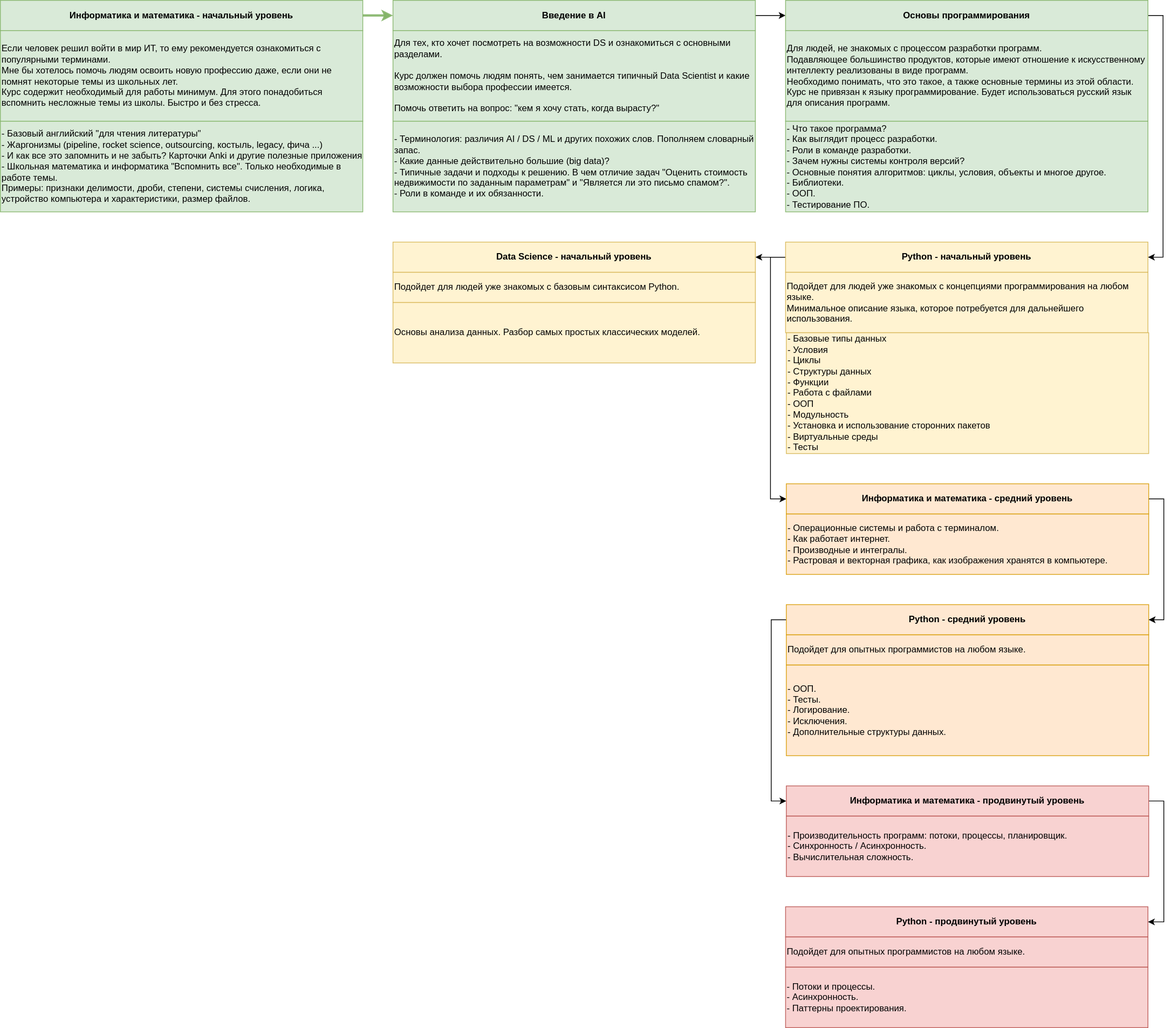
Before: courses.drawio.svg, a diagram exported from draw.io (ryndovaira-org/data_science_lectures). Source tidied: cells renumbered, new cells last; positions are measured from the earlier drawing's top-left corner, leaving out a move shared by most shapes.
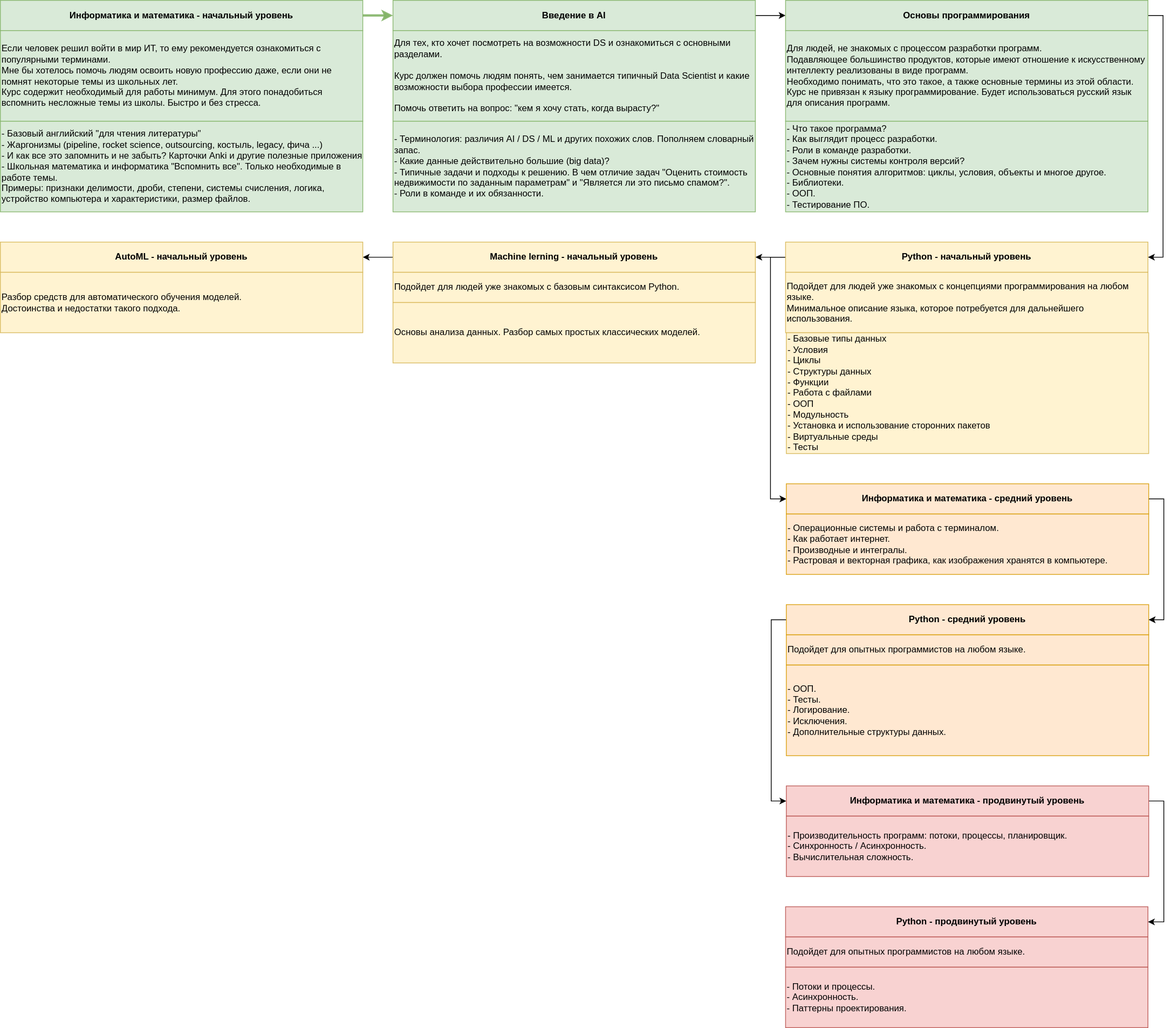
After the commit.

The edit, as a diff of the source:
```diff
@@ -83,7 +83,10 @@
     <mxCell id="28" value="- Потоки и процессы.&lt;br style=&quot;border-color: var(--border-color);&quot;&gt;- Асинхронность.&lt;br&gt;- Паттерны проектирования." style="rounded=0;whiteSpace=wrap;html=1;fillColor=#f8cecc;align=left;strokeColor=#b85450;opacity=90;" parent="1" vertex="1">
       <mxGeometry x="1040" y="1280" width="480" height="80" as="geometry" />
     </mxCell>
+    <mxCell id="35" style="edgeStyle=orthogonalEdgeStyle;rounded=0;jettySize=auto;html=1;exitX=0;exitY=0.5;exitDx=0;exitDy=0;entryX=1;entryY=0.5;entryDx=0;entryDy=0;" parent="1" edge="1" source="29" target="36">
+      <mxGeometry relative="1" as="geometry" />
+    </mxCell>
-    <mxCell id="29" value="Data Science - начальный уровень" style="rounded=0;whiteSpace=wrap;html=1;fillColor=#fff2cc;strokeColor=#d6b656;opacity=90;fontStyle=1;" parent="1" vertex="1">
+    <mxCell id="29" value="Machine lerning - начальный уровень" style="rounded=0;whiteSpace=wrap;html=1;fillColor=#fff2cc;strokeColor=#d6b656;opacity=90;fontStyle=1;" parent="1" vertex="1">
       <mxGeometry x="520" y="320" width="480" height="40" as="geometry" />
     </mxCell>
     <mxCell id="30" value="Подойдет для людей уже знакомых с базовым синтаксисом Python." style="rounded=0;whiteSpace=wrap;html=1;fillColor=#fff2cc;align=left;strokeColor=#d6b656;opacity=90;" parent="1" vertex="1">
@@ -101,5 +104,11 @@
     <mxCell id="34" value="- Производительность программ: потоки, процессы, планировщик.&lt;br&gt;- Синхронность / Асинхронность.&lt;br&gt;- Вычислительная сложность." style="rounded=0;whiteSpace=wrap;html=1;fillColor=#f8cecc;align=left;strokeColor=#b85450;opacity=90;" parent="1" vertex="1">
       <mxGeometry x="1041" y="1080" width="480" height="80" as="geometry" />
     </mxCell>
+    <mxCell id="36" value="AutoML - начальный уровень" style="rounded=0;whiteSpace=wrap;html=1;fillColor=#fff2cc;strokeColor=#d6b656;opacity=90;fontStyle=1;" parent="1" vertex="1">
+      <mxGeometry y="320" width="480" height="40" as="geometry" />
+    </mxCell>
+    <mxCell id="37" value="Разбор средств для автоматического обучения моделей. &lt;br&gt;Достоинства и недостатки такого подхода." style="rounded=0;whiteSpace=wrap;html=1;fillColor=#fff2cc;align=left;strokeColor=#d6b656;opacity=90;" parent="1" vertex="1">
+      <mxGeometry y="360" width="480" height="80" as="geometry" />
+    </mxCell>
   </root>
 </mxGraphModel>
```
